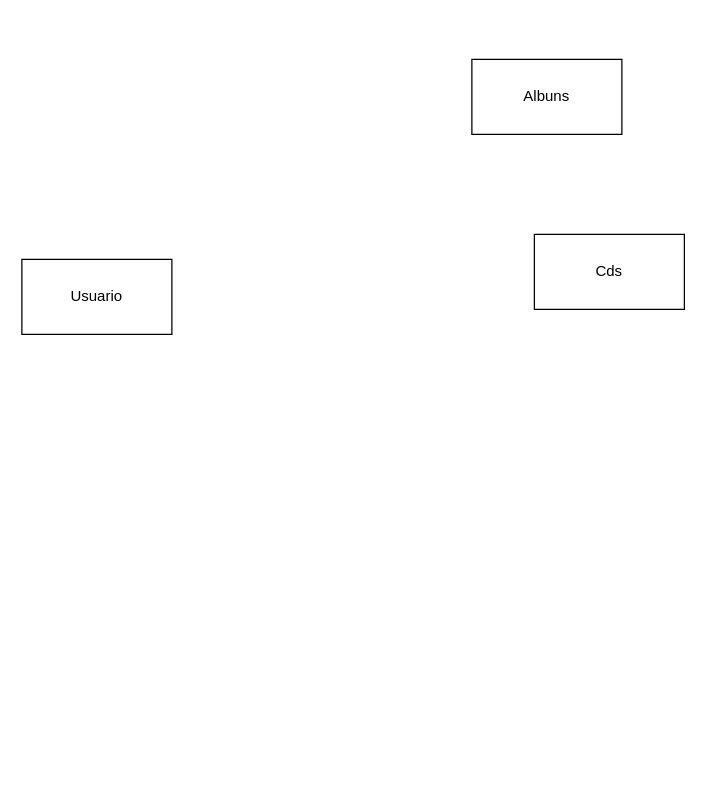
Earlier version of the draw.io diagram page "Página-5" (5 of 7) of sprint-Banco-De-Dados/Exercicio 1.0-1.6/Exercicios 1.0-1.6.drawio (FernandinnnQ145/Segundo-Semestre-Senai). Source tidied: cells renumbered, new cells numbered last; positions are measured from the earlier drawing's top-left corner, leaving out a move shared by most shapes. Both pictures are drawn from the tidied source at 125%, with x=0, y=0 at pixel (21, 59).
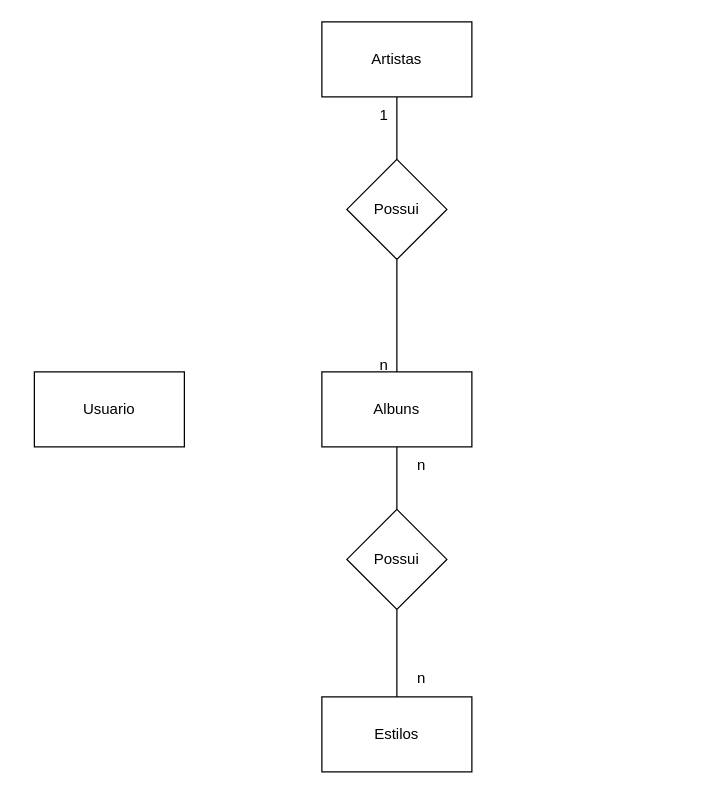
The same page after the edit.

The edit, as a diff of the source:
```diff
@@
 <mxGraphModel>
   <root>
     <mxCell id="0" />
     <mxCell id="1" parent="0" />
     <mxCell id="2" value="Usuario" style="rounded=0;whiteSpace=wrap;html=1;" parent="1" vertex="1">
-      <mxGeometry y="160" width="120" height="60" as="geometry" />
+      <mxGeometry x="10" y="250" width="120" height="60" as="geometry" />
     </mxCell>
+    <mxCell id="5" style="edgeStyle=orthogonalEdgeStyle;rounded=0;jettySize=auto;html=1;endArrow=none;endFill=0;" parent="1" edge="1" source="3" target="13">
+      <mxGeometry relative="1" as="geometry" />
+    </mxCell>
     <mxCell id="3" value="Albuns" style="rounded=0;whiteSpace=wrap;html=1;" parent="1" vertex="1">
-      <mxGeometry x="360" width="120" height="60" as="geometry" />
+      <mxGeometry x="240" y="250" width="120" height="60" as="geometry" />
     </mxCell>
-    <mxCell id="4" value="Cds" style="rounded=0;whiteSpace=wrap;html=1;" parent="1" vertex="1">
-      <mxGeometry x="410" y="140" width="120" height="60" as="geometry" />
+    <mxCell id="4" value="Artistas" style="rounded=0;whiteSpace=wrap;html=1;" parent="1" vertex="1">
+      <mxGeometry x="240" y="-30" width="120" height="60" as="geometry" />
     </mxCell>
+    <mxCell id="6" value="Estilos" style="rounded=0;whiteSpace=wrap;html=1;" parent="1" vertex="1">
+      <mxGeometry x="240" y="510" width="120" height="60" as="geometry" />
+    </mxCell>
+    <mxCell id="7" style="edgeStyle=orthogonalEdgeStyle;rounded=0;jettySize=auto;html=1;entryX=0.5;entryY=1;entryDx=0;entryDy=0;endArrow=none;endFill=0;" parent="1" edge="1" source="9" target="4">
+      <mxGeometry relative="1" as="geometry" />
+    </mxCell>
+    <mxCell id="8" style="edgeStyle=orthogonalEdgeStyle;rounded=0;jettySize=auto;html=1;entryX=0.5;entryY=0;entryDx=0;entryDy=0;endArrow=none;endFill=0;" parent="1" edge="1" source="9" target="3">
+      <mxGeometry relative="1" as="geometry" />
+    </mxCell>
+    <mxCell id="9" value="Possui" style="rhombus;whiteSpace=wrap;html=1;" parent="1" vertex="1">
+      <mxGeometry x="260" y="80" width="80" height="80" as="geometry" />
+    </mxCell>
+    <mxCell id="10" value="n" style="text;html=1;strokeColor=none;fillColor=none;align=center;verticalAlign=middle;whiteSpace=wrap;rounded=0;" parent="1" vertex="1">
+      <mxGeometry x="260" y="230" width="60" height="30" as="geometry" />
+    </mxCell>
+    <mxCell id="11" value="1" style="text;html=1;strokeColor=none;fillColor=none;align=center;verticalAlign=middle;whiteSpace=wrap;rounded=0;" parent="1" vertex="1">
+      <mxGeometry x="260" y="30" width="60" height="30" as="geometry" />
+    </mxCell>
+    <mxCell id="12" style="edgeStyle=orthogonalEdgeStyle;rounded=0;jettySize=auto;html=1;endArrow=none;endFill=0;" parent="1" edge="1" source="13" target="6">
+      <mxGeometry relative="1" as="geometry" />
+    </mxCell>
+    <mxCell id="13" value="Possui" style="rhombus;whiteSpace=wrap;html=1;" parent="1" vertex="1">
+      <mxGeometry x="260" y="360" width="80" height="80" as="geometry" />
+    </mxCell>
+    <mxCell id="14" value="n" style="text;html=1;strokeColor=none;fillColor=none;align=center;verticalAlign=middle;whiteSpace=wrap;rounded=0;" parent="1" vertex="1">
+      <mxGeometry x="290" y="310" width="60" height="30" as="geometry" />
+    </mxCell>
+    <mxCell id="15" value="n" style="text;html=1;strokeColor=none;fillColor=none;align=center;verticalAlign=middle;whiteSpace=wrap;rounded=0;" parent="1" vertex="1">
+      <mxGeometry x="290" y="480" width="60" height="30" as="geometry" />
+    </mxCell>
   </root>
 </mxGraphModel>
```
